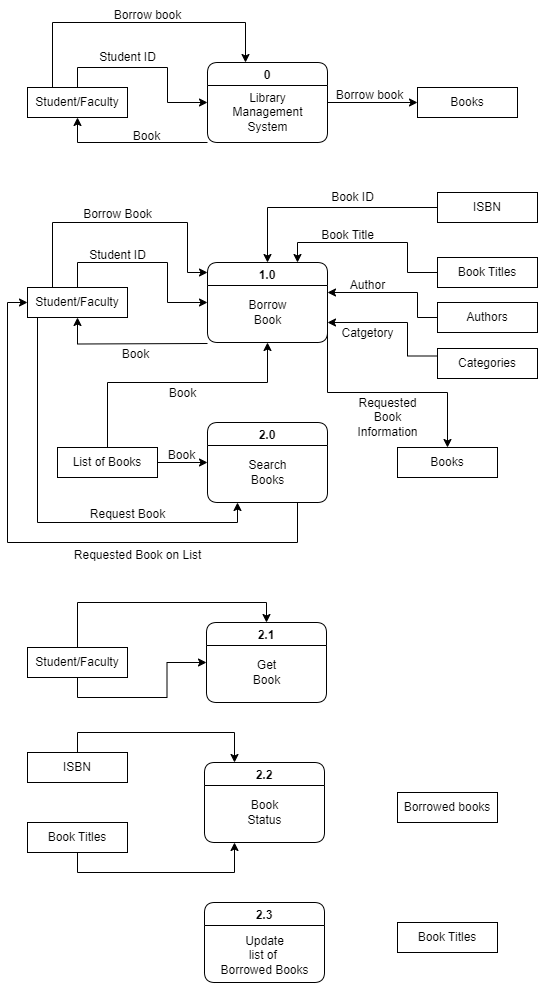
The draw.io diagram data_flow.drawio.png in Jayrou12345/Flowchart, before a commit. Source tidied: cells renumbered, new cells last; positions are measured from the earlier drawing's top-left corner, leaving out a move shared by most shapes.
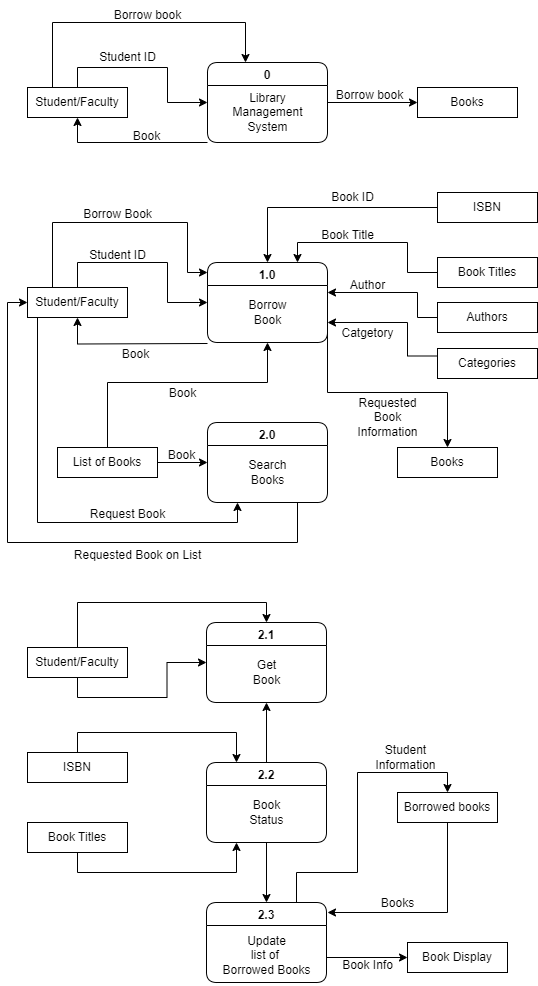
After the change.

The edit, as a diff of the source:
```diff
@@ -214,8 +214,25 @@
     <mxCell id="50" value="Get&lt;br&gt;Book" style="text;html=1;align=center;verticalAlign=middle;strokeColor=none;fillColor=none;" parent="49" vertex="1">
       <mxGeometry x="35" y="30" width="50" height="40" as="geometry" />
     </mxCell>
+    <mxCell id="64" style="edgeStyle=orthogonalEdgeStyle;rounded=0;jettySize=auto;html=1;exitX=0.75;exitY=0;exitDx=0;exitDy=0;entryX=0.5;entryY=0;entryDx=0;entryDy=0;" parent="1" edge="1" source="51" target="60">
+      <mxGeometry relative="1" as="geometry">
+        <Array as="points">
+          <mxPoint x="289" y="872" />
+          <mxPoint x="350" y="872" />
+          <mxPoint x="350" y="772" />
+          <mxPoint x="440" y="772" />
+        </Array>
+      </mxGeometry>
+    </mxCell>
+    <mxCell id="65" style="edgeStyle=orthogonalEdgeStyle;rounded=0;jettySize=auto;html=1;exitX=1;exitY=0.75;exitDx=0;exitDy=0;entryX=0;entryY=0.5;entryDx=0;entryDy=0;" parent="1" edge="1" source="51" target="61">
+      <mxGeometry relative="1" as="geometry">
+        <Array as="points">
+          <mxPoint x="319" y="957" />
+        </Array>
+      </mxGeometry>
+    </mxCell>
     <mxCell id="51" value="2.3" style="swimlane;rounded=1;" parent="1" vertex="1">
-      <mxGeometry x="197" y="902" width="120" height="80" as="geometry" />
+      <mxGeometry x="199" y="902" width="120" height="80" as="geometry" />
     </mxCell>
     <mxCell id="52" value="Update&lt;br&gt;list of&amp;nbsp;&lt;br&gt;Borrowed Books" style="text;html=1;align=center;verticalAlign=middle;strokeColor=none;fillColor=none;" parent="51" vertex="1">
       <mxGeometry x="5" y="23" width="110" height="60" as="geometry" />
@@ -241,17 +258,41 @@
     <mxCell id="59" value="ISBN" style="html=1;dashed=0;whiteSpace=wrap;" parent="1" vertex="1">
       <mxGeometry x="20" y="752" width="100" height="30" as="geometry" />
     </mxCell>
+    <mxCell id="66" style="edgeStyle=orthogonalEdgeStyle;rounded=0;jettySize=auto;html=1;exitX=0.5;exitY=1;exitDx=0;exitDy=0;" parent="1" edge="1" source="60">
+      <mxGeometry relative="1" as="geometry">
+        <mxPoint x="320" y="912" as="targetPoint" />
+        <Array as="points">
+          <mxPoint x="440" y="912" />
+          <mxPoint x="319" y="912" />
+        </Array>
+      </mxGeometry>
+    </mxCell>
     <mxCell id="60" value="Borrowed books" style="html=1;dashed=0;whiteSpace=wrap;" parent="1" vertex="1">
       <mxGeometry x="390" y="792" width="100" height="30" as="geometry" />
     </mxCell>
-    <mxCell id="61" value="Book Titles" style="html=1;dashed=0;whiteSpace=wrap;" parent="1" vertex="1">
-      <mxGeometry x="390" y="922" width="100" height="30" as="geometry" />
+    <mxCell id="61" value="Book Display" style="html=1;dashed=0;whiteSpace=wrap;" parent="1" vertex="1">
+      <mxGeometry x="400" y="942" width="100" height="30" as="geometry" />
     </mxCell>
+    <mxCell id="67" style="edgeStyle=orthogonalEdgeStyle;rounded=0;jettySize=auto;html=1;exitX=0.5;exitY=0;exitDx=0;exitDy=0;entryX=0.5;entryY=1;entryDx=0;entryDy=0;" parent="1" edge="1" source="62" target="49">
+      <mxGeometry relative="1" as="geometry" />
+    </mxCell>
+    <mxCell id="68" style="edgeStyle=orthogonalEdgeStyle;rounded=0;jettySize=auto;html=1;exitX=0.5;exitY=1;exitDx=0;exitDy=0;entryX=0.5;entryY=0;entryDx=0;entryDy=0;" parent="1" edge="1" source="62" target="51">
+      <mxGeometry relative="1" as="geometry" />
+    </mxCell>
     <mxCell id="62" value="2.2" style="swimlane;rounded=1;startSize=23;" parent="1" vertex="1">
-      <mxGeometry x="197" y="762" width="120" height="80" as="geometry" />
+      <mxGeometry x="199" y="762" width="120" height="80" as="geometry" />
     </mxCell>
     <mxCell id="63" value="Book&lt;br&gt;Status" style="text;html=1;align=center;verticalAlign=middle;strokeColor=none;fillColor=none;" parent="62" vertex="1">
       <mxGeometry x="30" y="30" width="60" height="40" as="geometry" />
     </mxCell>
+    <mxCell id="69" value="Student &lt;br&gt;Information" style="text;html=1;align=center;verticalAlign=middle;strokeColor=none;fillColor=none;" parent="1" vertex="1">
+      <mxGeometry x="358" y="737" width="80" height="40" as="geometry" />
+    </mxCell>
+    <mxCell id="70" value="Books" style="text;html=1;align=center;verticalAlign=middle;strokeColor=none;fillColor=none;" parent="1" vertex="1">
+      <mxGeometry x="360" y="888" width="60" height="30" as="geometry" />
+    </mxCell>
+    <mxCell id="71" value="Book Info" style="text;html=1;align=center;verticalAlign=middle;strokeColor=none;fillColor=none;" parent="1" vertex="1">
+      <mxGeometry x="325" y="950" width="70" height="30" as="geometry" />
+    </mxCell>
   </root>
 </mxGraphModel>
```
